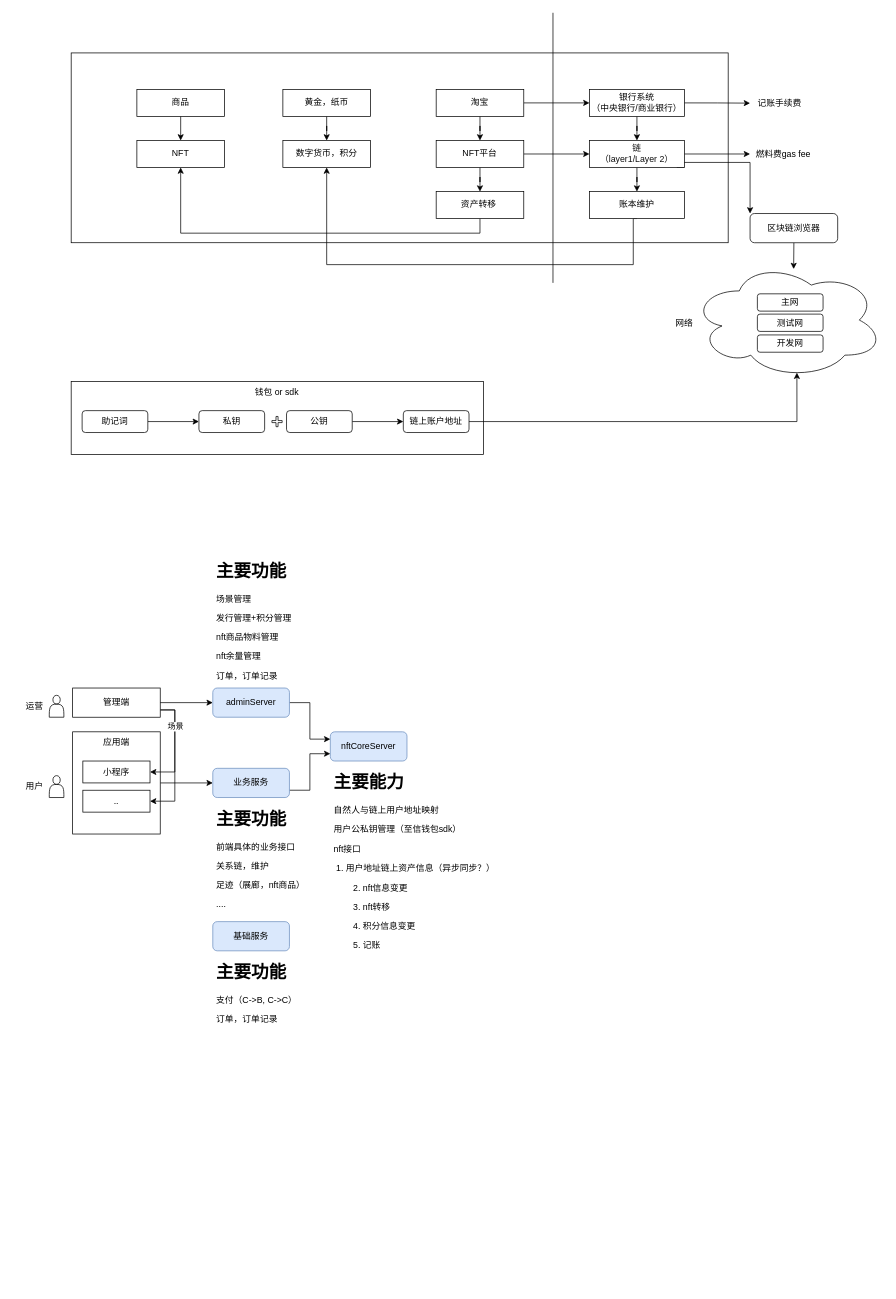
This is nft.drawio from axtrur/resource, a draw.io file, before an edit. Source tidied: cells renumbered, new cells numbered last; positions are measured from the earlier drawing's top-left corner, leaving out a move shared by most shapes. Both pictures are drawn from the tidied source at 73%, with x=0, y=0 at pixel (12, 12).
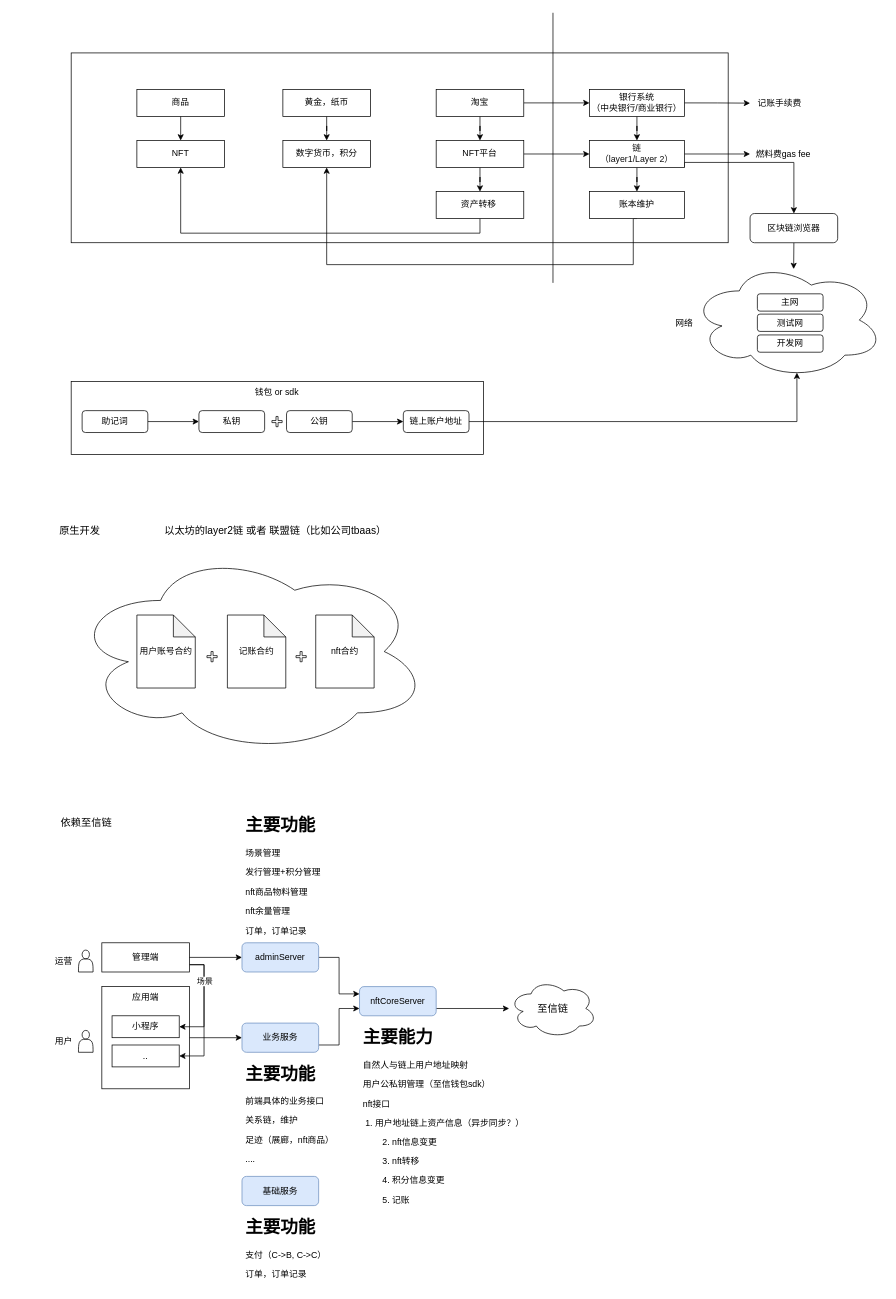
Above is the later version.

The change refers to these unchanged cells:
```xml
<mxCell id="24" value="&lt;span style=&quot;color: rgb(14 , 14 , 14) ; font-family: &amp;#34;stheiti&amp;#34; , &amp;#34;microsoft yahei&amp;#34; , , sans-serif , &amp;#34;arial&amp;#34; ; background-color: rgb(255 , 255 , 255)&quot;&gt;&lt;font style=&quot;font-size: 12px&quot;&gt;链&lt;br&gt;（layer1/Layer 2）&lt;/font&gt;&lt;/span&gt;" style="rounded=0;whiteSpace=wrap;html=1;" parent="1" vertex="1">
  <mxGeometry x="790" y="175" width="130" height="36.9" as="geometry" />
</mxCell>
<mxCell id="65" value="区块链浏览器" style="rounded=1;whiteSpace=wrap;html=1;" parent="1" vertex="1">
  <mxGeometry x="1010" y="275" width="120" height="40" as="geometry" />
</mxCell>
```

Change to the diagram source:
```diff
@@
+    <mxCell id="71" style="ellipse;shape=cloud;whiteSpace=wrap;html=1;" parent="1" vertex="1">
+      <mxGeometry x="80" y="735" width="490" height="280" as="geometry" />
+    </mxCell>
@@
     <mxCell id="3" style="rounded=0;whiteSpace=wrap;html=1;" parent="1" vertex="1">
-      <mxGeometry x="82" y="985" width="120" height="140" as="geometry" />
+      <mxGeometry x="122" y="1334" width="120" height="140" as="geometry" />
     </mxCell>
@@
-    <mxCell id="23" style="edgeStyle=orthogonalEdgeStyle;rounded=0;jettySize=auto;html=1;exitX=1;exitY=1;exitDx=0;exitDy=0;entryX=0;entryY=0;entryDx=0;entryDy=0;" parent="1" edge="1" source="24" target="65">
+    <mxCell id="23" style="edgeStyle=orthogonalEdgeStyle;rounded=0;jettySize=auto;html=1;exitX=1;exitY=1;exitDx=0;exitDy=0;entryX=0.5;entryY=0;entryDx=0;entryDy=0;" parent="1" edge="1" source="24" target="65">
       <mxGeometry relative="1" as="geometry">
         <Array as="points">
-          <mxPoint x="910" y="205" />
-          <mxPoint x="1010" y="205" />
+          <mxPoint x="920" y="205" />
+          <mxPoint x="1070" y="205" />
         </Array>
       </mxGeometry>
     </mxCell>
@@
     <mxCell id="45" value="管理端" style="rounded=0;whiteSpace=wrap;html=1;" parent="1" vertex="1">
-      <mxGeometry x="82" y="925" width="120" height="40" as="geometry" />
+      <mxGeometry x="122" y="1274" width="120" height="40" as="geometry" />
     </mxCell>
@@
+    <mxCell id="72" style="edgeStyle=orthogonalEdgeStyle;rounded=0;jettySize=auto;html=1;exitX=1;exitY=0.75;exitDx=0;exitDy=0;fontSize=14;" parent="1" edge="1" source="47" target="79">
+      <mxGeometry relative="1" as="geometry" />
+    </mxCell>
     <mxCell id="47" value="nftCoreServer" style="rounded=1;whiteSpace=wrap;html=1;fillColor=#dae8fc;strokeColor=#6c8ebf;" parent="1" vertex="1">
-      <mxGeometry x="435" y="985" width="105" height="40" as="geometry" />
+      <mxGeometry x="475" y="1334" width="105" height="40" as="geometry" />
     </mxCell>
@@
     <mxCell id="49" value="adminServer" style="rounded=1;whiteSpace=wrap;html=1;fillColor=#dae8fc;strokeColor=#6c8ebf;" parent="1" vertex="1">
-      <mxGeometry x="274" y="925" width="105" height="40" as="geometry" />
+      <mxGeometry x="314" y="1274" width="105" height="40" as="geometry" />
     </mxCell>
     <mxCell id="50" value="小程序" style="rounded=0;whiteSpace=wrap;html=1;" parent="1" vertex="1">
-      <mxGeometry x="96" y="1025" width="92" height="30" as="geometry" />
+      <mxGeometry x="136" y="1374" width="92" height="30" as="geometry" />
     </mxCell>
     <mxCell id="51" value=".." style="rounded=0;whiteSpace=wrap;html=1;" parent="1" vertex="1">
-      <mxGeometry x="96" y="1065" width="92" height="30" as="geometry" />
+      <mxGeometry x="136" y="1414" width="92" height="30" as="geometry" />
     </mxCell>
     <mxCell id="52" style="shape=actor;whiteSpace=wrap;html=1;" parent="1" vertex="1">
-      <mxGeometry x="50" y="935" width="20" height="30" as="geometry" />
+      <mxGeometry x="90" y="1284" width="20" height="30" as="geometry" />
     </mxCell>
     <mxCell id="53" value="运营" style="text;html=1;strokeColor=none;fillColor=none;align=center;verticalAlign=middle;whiteSpace=wrap;rounded=0;" parent="1" vertex="1">
-      <mxGeometry y="935" width="60" height="30" as="geometry" />
+      <mxGeometry x="40" y="1284" width="60" height="30" as="geometry" />
     </mxCell>
     <mxCell id="54" style="shape=actor;whiteSpace=wrap;html=1;" parent="1" vertex="1">
-      <mxGeometry x="50" y="1045" width="20" height="30" as="geometry" />
+      <mxGeometry x="90" y="1394" width="20" height="30" as="geometry" />
     </mxCell>
     <mxCell id="55" value="用户" style="text;html=1;strokeColor=none;fillColor=none;align=center;verticalAlign=middle;whiteSpace=wrap;rounded=0;" parent="1" vertex="1">
-      <mxGeometry y="1045" width="60" height="30" as="geometry" />
+      <mxGeometry x="40" y="1394" width="60" height="30" as="geometry" />
     </mxCell>
     <mxCell id="56" value="&lt;h1&gt;主要能力&lt;/h1&gt;&lt;p&gt;自然人与链上用户地址映射&lt;/p&gt;&lt;p&gt;用户公私钥管理（至信钱包sdk）&lt;/p&gt;&lt;p&gt;nft接口&lt;/p&gt;&lt;p&gt;&lt;span style=&quot;white-space: pre&quot;&gt; &lt;/span&gt;1.&amp;nbsp;&lt;span&gt;用户地址链上资产信息（异步同步？）&lt;/span&gt;&lt;/p&gt;&lt;p&gt;&amp;nbsp; &amp;nbsp; &amp;nbsp; &amp;nbsp; 2. nft信息变更&lt;/p&gt;&lt;p&gt;&amp;nbsp; &amp;nbsp; &amp;nbsp; &amp;nbsp; 3. nft转移&amp;nbsp;&lt;/p&gt;&lt;p&gt;&amp;nbsp; &amp;nbsp; &amp;nbsp; &amp;nbsp; 4. 积分信息变更&lt;/p&gt;&lt;p&gt;&amp;nbsp; &amp;nbsp; &amp;nbsp; &amp;nbsp; 5. 记账&lt;/p&gt;" style="text;html=1;strokeColor=none;fillColor=none;spacing=5;spacingTop=-20;whiteSpace=wrap;overflow=hidden;rounded=0;" parent="1" vertex="1">
-      <mxGeometry x="435" y="1035" width="305" height="280" as="geometry" />
+      <mxGeometry x="475" y="1384" width="305" height="280" as="geometry" />
     </mxCell>
     <mxCell id="57" value="基础服务" style="rounded=1;whiteSpace=wrap;html=1;fillColor=#dae8fc;strokeColor=#6c8ebf;" parent="1" vertex="1">
-      <mxGeometry x="274" y="1245" width="105" height="40" as="geometry" />
+      <mxGeometry x="314" y="1594" width="105" height="40" as="geometry" />
     </mxCell>
     <mxCell id="58" value="&lt;h1&gt;主要功能&lt;/h1&gt;&lt;p&gt;支付（C-&amp;gt;B, C-&amp;gt;C）&lt;/p&gt;&lt;p&gt;订单，订单记录&lt;/p&gt;" style="text;html=1;strokeColor=none;fillColor=none;spacing=5;spacingTop=-20;whiteSpace=wrap;overflow=hidden;rounded=0;" parent="1" vertex="1">
-      <mxGeometry x="274" y="1295" width="156" height="100" as="geometry" />
+      <mxGeometry x="314" y="1644" width="156" height="100" as="geometry" />
     </mxCell>
@@
     <mxCell id="60" value="业务服务" style="rounded=1;whiteSpace=wrap;html=1;fillColor=#dae8fc;strokeColor=#6c8ebf;" parent="1" vertex="1">
-      <mxGeometry x="274" y="1035" width="105" height="40" as="geometry" />
+      <mxGeometry x="314" y="1384" width="105" height="40" as="geometry" />
     </mxCell>
     <mxCell id="61" value="&lt;h1&gt;主要功能&lt;/h1&gt;&lt;p&gt;前端具体的业务接口&lt;/p&gt;&lt;p&gt;关系链，维护&lt;/p&gt;&lt;p&gt;足迹（展廊，nft商品）&lt;/p&gt;&lt;p&gt;....&lt;/p&gt;" style="text;html=1;strokeColor=none;fillColor=none;spacing=5;spacingTop=-20;whiteSpace=wrap;overflow=hidden;rounded=0;" parent="1" vertex="1">
-      <mxGeometry x="274" y="1085" width="146" height="150" as="geometry" />
+      <mxGeometry x="314" y="1434" width="146" height="150" as="geometry" />
     </mxCell>
     <mxCell id="62" value="应用端" style="text;html=1;strokeColor=none;fillColor=none;align=center;verticalAlign=middle;whiteSpace=wrap;rounded=0;" parent="1" vertex="1">
-      <mxGeometry x="112" y="985" width="60" height="30" as="geometry" />
+      <mxGeometry x="152" y="1334" width="60" height="30" as="geometry" />
     </mxCell>
     <mxCell id="63" value="&lt;h1&gt;主要功能&lt;/h1&gt;&lt;p&gt;场景管理&lt;/p&gt;&lt;p&gt;发行管理+积分管理&lt;/p&gt;&lt;p&gt;nft商品物料管理&lt;/p&gt;&lt;p&gt;nft余量管理&lt;/p&gt;&lt;p&gt;订单，订单记录&lt;/p&gt;" style="text;html=1;strokeColor=none;fillColor=none;spacing=5;spacingTop=-20;whiteSpace=wrap;overflow=hidden;rounded=0;" parent="1" vertex="1">
-      <mxGeometry x="274" y="745" width="156" height="180" as="geometry" />
+      <mxGeometry x="314" y="1094" width="156" height="180" as="geometry" />
     </mxCell>
@@
+    <mxCell id="73" value="用户账号合约" style="shape=note;whiteSpace=wrap;html=1;backgroundOutline=1;darkOpacity=0.05;" parent="1" vertex="1">
+      <mxGeometry x="170" y="825" width="80" height="100" as="geometry" />
+    </mxCell>
+    <mxCell id="74" value="记账合约" style="shape=note;whiteSpace=wrap;html=1;backgroundOutline=1;darkOpacity=0.05;" parent="1" vertex="1">
+      <mxGeometry x="294" y="825" width="80" height="100" as="geometry" />
+    </mxCell>
+    <mxCell id="75" value="nft合约" style="shape=note;whiteSpace=wrap;html=1;backgroundOutline=1;darkOpacity=0.05;" parent="1" vertex="1">
+      <mxGeometry x="415" y="825" width="80" height="100" as="geometry" />
+    </mxCell>
+    <mxCell id="76" style="shape=cross;whiteSpace=wrap;html=1;fontSize=12;" parent="1" vertex="1">
+      <mxGeometry x="266" y="875" width="14" height="14" as="geometry" />
+    </mxCell>
+    <mxCell id="77" style="shape=cross;whiteSpace=wrap;html=1;fontSize=12;" parent="1" vertex="1">
+      <mxGeometry x="388" y="875" width="14" height="14" as="geometry" />
+    </mxCell>
+    <mxCell id="78" value="以太坊的layer2链 或者 联盟链（比如公司tbaas）" style="text;html=1;strokeColor=none;fillColor=none;align=center;verticalAlign=middle;whiteSpace=wrap;rounded=0;fontSize=14;" parent="1" vertex="1">
+      <mxGeometry x="185" y="695" width="350" height="30" as="geometry" />
+    </mxCell>
+    <mxCell id="79" value="至信链" style="ellipse;shape=cloud;whiteSpace=wrap;html=1;fontSize=14;" parent="1" vertex="1">
+      <mxGeometry x="680" y="1324" width="120" height="80" as="geometry" />
+    </mxCell>
+    <mxCell id="80" value="原生开发" style="text;html=1;strokeColor=none;fillColor=none;align=center;verticalAlign=middle;whiteSpace=wrap;rounded=0;fontSize=14;" parent="1" vertex="1">
+      <mxGeometry x="62" y="695" width="60" height="30" as="geometry" />
+    </mxCell>
+    <mxCell id="81" value="依赖至信链" style="text;html=1;strokeColor=none;fillColor=none;align=center;verticalAlign=middle;whiteSpace=wrap;rounded=0;fontSize=14;" parent="1" vertex="1">
+      <mxGeometry x="62" y="1094" width="78" height="30" as="geometry" />
+    </mxCell>
```
